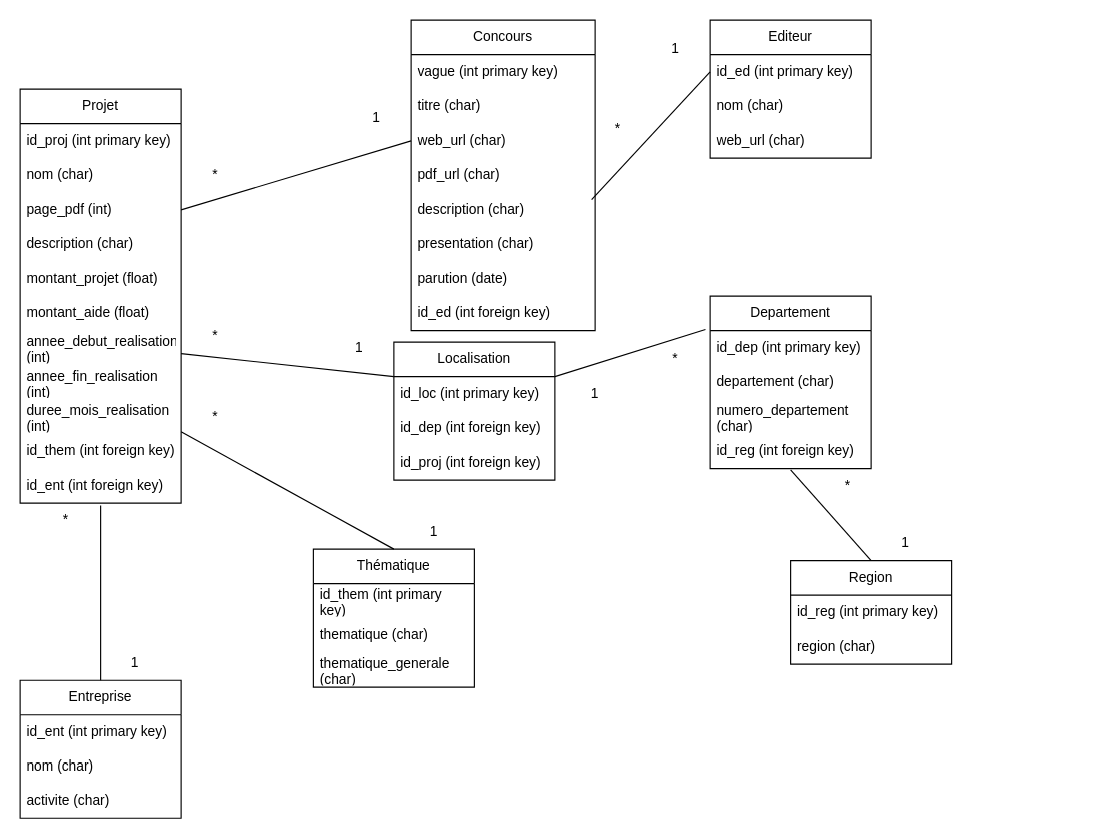
Above: page "Relational" (2 of 2) of Load/ModelBDD/model_bdd.drawio in julien-data-analyst/Concours-i-nov-ETL (draw.io), before the change. Source tidied: cells renumbered, new cells numbered last; positions are measured from the earlier drawing's top-left corner, leaving out a move shared by most shapes. Both pictures are drawn from the tidied source at 115%, with x=0, y=0 at pixel (20, 20).
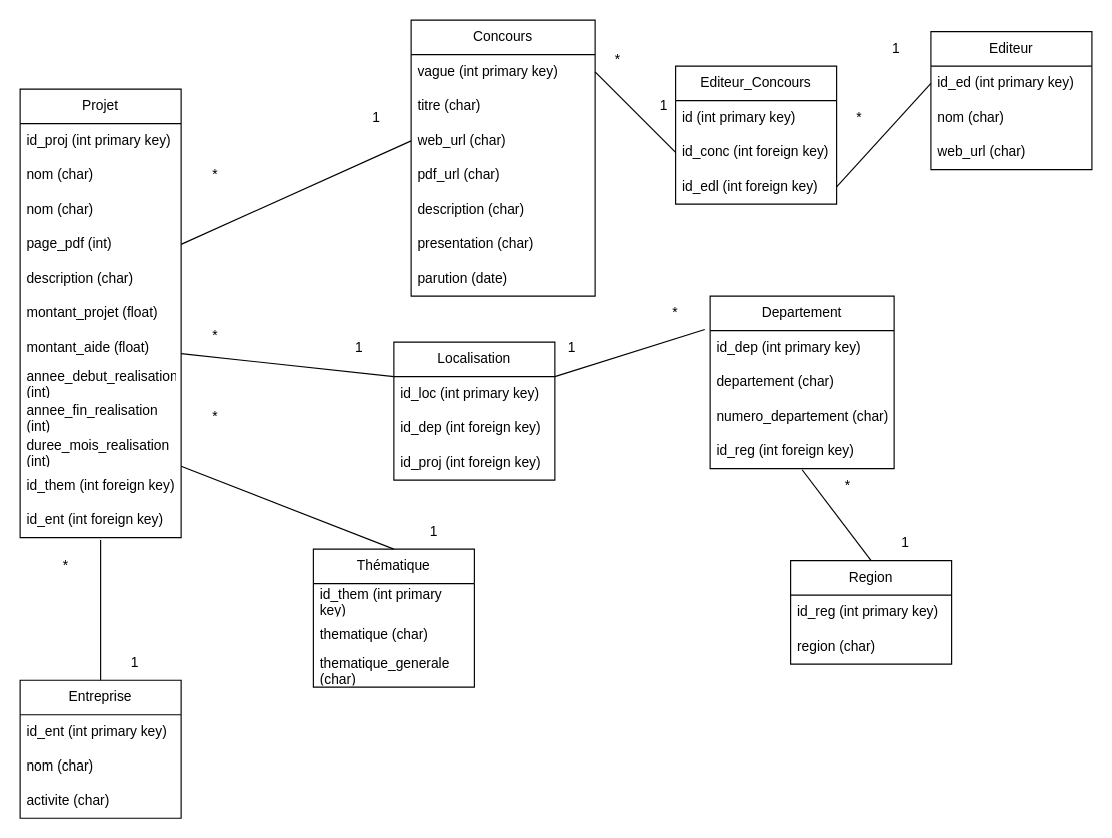
Above is the later version.

The change refers to these unchanged cells:
```xml
<mxCell id="15" value="vague (int primary key)" style="text;strokeColor=none;fillColor=none;align=left;verticalAlign=middle;spacingLeft=4;spacingRight=4;overflow=hidden;points=[[0,0.5],[1,0.5]];portConstraint=eastwest;whiteSpace=wrap;html=1;" parent="14" vertex="1">
  <mxGeometry y="30" width="160" height="30" as="geometry" />
</mxCell>
<mxCell id="19" value="description (char)" style="text;strokeColor=none;fillColor=none;align=left;verticalAlign=middle;spacingLeft=4;spacingRight=4;overflow=hidden;points=[[0,0.5],[1,0.5]];portConstraint=eastwest;whiteSpace=wrap;html=1;" parent="14" vertex="1">
  <mxGeometry y="150" width="160" height="30" as="geometry" />
</mxCell>
<mxCell id="43" value="id_ed (int primary key)" style="text;strokeColor=none;fillColor=none;align=left;verticalAlign=middle;spacingLeft=4;spacingRight=4;overflow=hidden;points=[[0,0.5],[1,0.5]];portConstraint=eastwest;whiteSpace=wrap;html=1;" parent="42" vertex="1">
  <mxGeometry y="30" width="140" height="30" as="geometry" />
</mxCell>
```

Change to the diagram source:
```diff
@@
     <mxCell id="2" value="Projet" style="swimlane;fontStyle=0;horizontal=1;startSize=30;whiteSpace=wrap;html=1;" parent="1" vertex="1">
-      <mxGeometry y="60" width="140" height="360" as="geometry" />
+      <mxGeometry y="60" width="140" height="390" as="geometry" />
     </mxCell>
@@
+    <mxCell id="68" value="nom (char)" style="text;strokeColor=none;fillColor=none;align=left;verticalAlign=middle;spacingLeft=4;spacingRight=4;overflow=hidden;whiteSpace=wrap;html=1;" parent="2" vertex="1">
+      <mxGeometry y="90" width="140" height="30" as="geometry" />
+    </mxCell>
     <mxCell id="5" value="page_pdf (int)" style="text;strokeColor=none;fillColor=none;align=left;verticalAlign=middle;spacingLeft=4;spacingRight=4;overflow=hidden;points=[[0,0.5],[1,0.5]];portConstraint=eastwest;whiteSpace=wrap;html=1;" parent="2" vertex="1">
-      <mxGeometry y="90" width="140" height="30" as="geometry" />
+      <mxGeometry y="120" width="140" height="30" as="geometry" />
     </mxCell>
     <mxCell id="6" value="description (char)" style="text;strokeColor=none;fillColor=none;align=left;verticalAlign=middle;spacingLeft=4;spacingRight=4;overflow=hidden;whiteSpace=wrap;html=1;" parent="2" vertex="1">
-      <mxGeometry y="120" width="140" height="30" as="geometry" />
+      <mxGeometry y="150" width="140" height="30" as="geometry" />
     </mxCell>
     <mxCell id="7" value="montant_projet (float)" style="text;strokeColor=none;fillColor=none;align=left;verticalAlign=middle;spacingLeft=4;spacingRight=4;overflow=hidden;whiteSpace=wrap;html=1;" parent="2" vertex="1">
-      <mxGeometry y="150" width="140" height="30" as="geometry" />
+      <mxGeometry y="180" width="140" height="30" as="geometry" />
     </mxCell>
     <mxCell id="8" value="montant_aide (float)" style="text;strokeColor=none;fillColor=none;align=left;verticalAlign=middle;spacingLeft=4;spacingRight=4;overflow=hidden;whiteSpace=wrap;html=1;" parent="2" vertex="1">
-      <mxGeometry y="180" width="140" height="30" as="geometry" />
+      <mxGeometry y="210" width="140" height="30" as="geometry" />
     </mxCell>
     <mxCell id="9" value="annee_debut_realisation (int)" style="text;strokeColor=none;fillColor=none;align=left;verticalAlign=middle;spacingLeft=4;spacingRight=4;overflow=hidden;whiteSpace=wrap;html=1;" parent="2" vertex="1">
-      <mxGeometry y="210" width="140" height="30" as="geometry" />
+      <mxGeometry y="240" width="140" height="30" as="geometry" />
     </mxCell>
     <mxCell id="10" value="annee_fin_realisation (int)" style="text;strokeColor=none;fillColor=none;align=left;verticalAlign=middle;spacingLeft=4;spacingRight=4;overflow=hidden;whiteSpace=wrap;html=1;" parent="2" vertex="1">
-      <mxGeometry y="240" width="140" height="30" as="geometry" />
+      <mxGeometry y="270" width="140" height="30" as="geometry" />
     </mxCell>
     <mxCell id="11" value="duree_mois_realisation (int)" style="text;strokeColor=none;fillColor=none;align=left;verticalAlign=middle;spacingLeft=4;spacingRight=4;overflow=hidden;points=[[0,0.5],[1,0.5]];portConstraint=eastwest;whiteSpace=wrap;html=1;" parent="2" vertex="1">
-      <mxGeometry y="270" width="140" height="30" as="geometry" />
+      <mxGeometry y="300" width="140" height="30" as="geometry" />
     </mxCell>
     <mxCell id="12" value="id_them (int foreign key)" style="text;strokeColor=none;fillColor=none;align=left;verticalAlign=middle;spacingLeft=4;spacingRight=4;overflow=hidden;whiteSpace=wrap;html=1;" parent="2" vertex="1">
-      <mxGeometry y="300" width="140" height="30" as="geometry" />
+      <mxGeometry y="330" width="140" height="30" as="geometry" />
     </mxCell>
     <mxCell id="13" value="id_ent (int foreign key)" style="text;strokeColor=none;fillColor=none;align=left;verticalAlign=middle;spacingLeft=4;spacingRight=4;overflow=hidden;points=[[0,0.5],[1,0.5]];portConstraint=eastwest;whiteSpace=wrap;html=1;" parent="2" vertex="1">
-      <mxGeometry y="330" width="140" height="30" as="geometry" />
+      <mxGeometry y="360" width="140" height="30" as="geometry" />
     </mxCell>
     <mxCell id="14" value="Concours" style="swimlane;fontStyle=0;horizontal=1;startSize=30;whiteSpace=wrap;html=1;" parent="1" vertex="1">
-      <mxGeometry x="340" width="160" height="270" as="geometry" />
+      <mxGeometry x="340" width="160" height="240" as="geometry" />
     </mxCell>
@@
-    <mxCell id="22" value="id_ed (int foreign key)" style="text;strokeColor=none;fillColor=none;align=left;verticalAlign=middle;spacingLeft=4;spacingRight=4;overflow=hidden;whiteSpace=wrap;html=1;" parent="14" vertex="1">
-      <mxGeometry y="240" width="160" height="30" as="geometry" />
-    </mxCell>
@@
     <mxCell id="39" value="*" style="text;html=1;align=center;verticalAlign=middle;whiteSpace=wrap;rounded=0;" parent="1" vertex="1">
-      <mxGeometry x="540" y="280" width="60" height="30" as="geometry" />
+      <mxGeometry x="540" y="240" width="60" height="30" as="geometry" />
     </mxCell>
@@
     <mxCell id="41" value="*" style="text;html=1;align=center;verticalAlign=middle;whiteSpace=wrap;rounded=0;" parent="1" vertex="1">
-      <mxGeometry x="10" y="420" width="60" height="30" as="geometry" />
+      <mxGeometry x="10" y="460" width="60" height="30" as="geometry" />
     </mxCell>
     <mxCell id="42" value="Editeur" style="swimlane;fontStyle=0;horizontal=1;startSize=30;whiteSpace=wrap;html=1;" parent="1" vertex="1">
-      <mxGeometry x="600" width="140" height="120" as="geometry" />
+      <mxGeometry x="792" y="10" width="140" height="120" as="geometry" />
     </mxCell>
@@
-    <mxCell id="46" style="endArrow=none;html=1;exitX=0.981;exitY=0.2;exitDx=0;exitDy=0;entryX=0;entryY=0.5;entryDx=0;entryDy=0;exitPerimeter=0;" parent="1" edge="1" source="19" target="43">
+    <mxCell id="46" style="endArrow=none;html=1;exitX=1;exitY=0.5;exitDx=0;exitDy=0;entryX=0;entryY=0.5;entryDx=0;entryDy=0;" parent="1" edge="1" source="15" target="71">
       <mxGeometry relative="1" as="geometry" />
     </mxCell>
     <mxCell id="47" value="1" style="text;html=1;align=center;verticalAlign=middle;whiteSpace=wrap;rounded=0;" parent="1" vertex="1">
-      <mxGeometry x="540" y="10" width="60" height="30" as="geometry" />
+      <mxGeometry x="530" y="60" width="60" height="30" as="geometry" />
     </mxCell>
     <mxCell id="48" value="*" style="text;html=1;align=center;verticalAlign=middle;whiteSpace=wrap;rounded=0;" parent="1" vertex="1">
-      <mxGeometry x="490" y="80" width="60" height="30" as="geometry" />
+      <mxGeometry x="490" y="20" width="60" height="30" as="geometry" />
     </mxCell>
     <mxCell id="49" value="Departement" style="swimlane;fontStyle=0;horizontal=1;startSize=30;whiteSpace=wrap;html=1;" parent="1" vertex="1">
-      <mxGeometry x="600" y="240" width="140" height="150" as="geometry" />
+      <mxGeometry x="600" y="240" width="160" height="150" as="geometry" />
     </mxCell>
     <mxCell id="50" value="id_dep (int primary key)" style="text;strokeColor=none;fillColor=none;align=left;verticalAlign=middle;spacingLeft=4;spacingRight=4;overflow=hidden;points=[[0,0.5],[1,0.5]];portConstraint=eastwest;whiteSpace=wrap;html=1;" parent="49" vertex="1">
-      <mxGeometry y="30" width="140" height="30" as="geometry" />
+      <mxGeometry y="30" width="160" height="30" as="geometry" />
     </mxCell>
     <mxCell id="51" value="departement (char)" style="text;strokeColor=none;fillColor=none;align=left;verticalAlign=middle;spacingLeft=4;spacingRight=4;overflow=hidden;whiteSpace=wrap;html=1;" parent="49" vertex="1">
-      <mxGeometry y="60" width="140" height="30" as="geometry" />
+      <mxGeometry y="60" width="160" height="30" as="geometry" />
     </mxCell>
     <mxCell id="52" value="numero_departement (char)" style="text;strokeColor=none;fillColor=none;align=left;verticalAlign=middle;spacingLeft=4;spacingRight=4;overflow=hidden;whiteSpace=wrap;html=1;" parent="49" vertex="1">
-      <mxGeometry y="90" width="140" height="30" as="geometry" />
+      <mxGeometry y="90" width="160" height="30" as="geometry" />
     </mxCell>
     <mxCell id="53" value="id_reg (int foreign key)" style="text;strokeColor=none;fillColor=none;align=left;verticalAlign=middle;spacingLeft=4;spacingRight=4;overflow=hidden;points=[[0,0.5],[1,0.5]];portConstraint=eastwest;whiteSpace=wrap;html=1;" parent="49" vertex="1">
-      <mxGeometry y="120" width="140" height="30" as="geometry" />
+      <mxGeometry y="120" width="160" height="30" as="geometry" />
     </mxCell>
@@
     <mxCell id="66" value="1" style="text;html=1;align=center;verticalAlign=middle;whiteSpace=wrap;rounded=0;" parent="1" vertex="1">
-      <mxGeometry x="470" y="310" width="60" height="30" as="geometry" />
+      <mxGeometry x="450" y="270" width="60" height="30" as="geometry" />
     </mxCell>
@@
+    <mxCell id="69" value="Editeur_Concours" style="swimlane;fontStyle=0;horizontal=1;startSize=30;whiteSpace=wrap;html=1;" parent="1" vertex="1">
+      <mxGeometry x="570" y="40" width="140" height="120" as="geometry" />
+    </mxCell>
+    <mxCell id="70" value="id (int primary key)" style="text;strokeColor=none;fillColor=none;align=left;verticalAlign=middle;spacingLeft=4;spacingRight=4;overflow=hidden;whiteSpace=wrap;html=1;" parent="69" vertex="1">
+      <mxGeometry y="30" width="140" height="30" as="geometry" />
+    </mxCell>
+    <mxCell id="71" value="id_conc (int foreign key)" style="text;strokeColor=none;fillColor=none;align=left;verticalAlign=middle;spacingLeft=4;spacingRight=4;overflow=hidden;points=[[0,0.5],[1,0.5]];portConstraint=eastwest;whiteSpace=wrap;html=1;" parent="69" vertex="1">
+      <mxGeometry y="60" width="140" height="30" as="geometry" />
+    </mxCell>
+    <mxCell id="72" value="id_edl (int foreign key)" style="text;strokeColor=none;fillColor=none;align=left;verticalAlign=middle;spacingLeft=4;spacingRight=4;overflow=hidden;points=[[0,0.5],[1,0.5]];portConstraint=eastwest;whiteSpace=wrap;html=1;" parent="69" vertex="1">
+      <mxGeometry y="90" width="140" height="30" as="geometry" />
+    </mxCell>
+    <mxCell id="73" value="*" style="text;html=1;align=center;verticalAlign=middle;whiteSpace=wrap;rounded=0;" parent="1" vertex="1">
+      <mxGeometry x="700" y="70" width="60" height="30" as="geometry" />
+    </mxCell>
+    <mxCell id="74" value="1" style="text;html=1;align=center;verticalAlign=middle;whiteSpace=wrap;rounded=0;" parent="1" vertex="1">
+      <mxGeometry x="732" y="10" width="60" height="30" as="geometry" />
+    </mxCell>
+    <mxCell id="75" style="endArrow=none;html=1;exitX=1;exitY=0.5;exitDx=0;exitDy=0;entryX=0;entryY=0.5;entryDx=0;entryDy=0;" parent="1" edge="1" source="72" target="43">
+      <mxGeometry relative="1" as="geometry" />
+    </mxCell>
```
